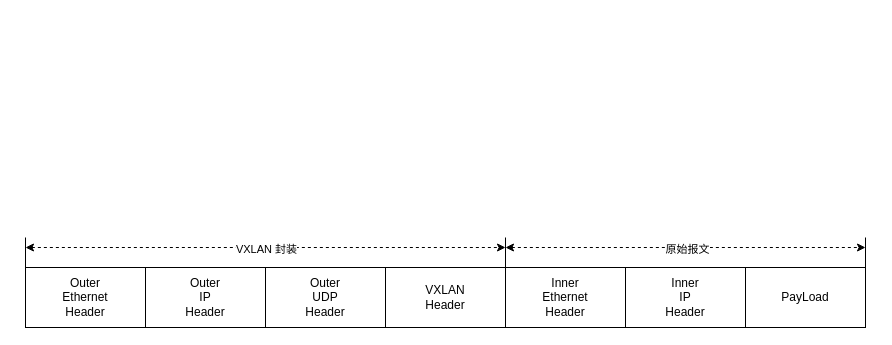
This is network basic.drawio from wehyy/my-world, a draw.io file, before an edit. Source tidied: cells renumbered, new cells numbered last; positions are measured from the earlier drawing's top-left corner, leaving out a move shared by most shapes. Both pictures are drawn from the tidied source at 100%, with x=0, y=0 at pixel (25, 237).
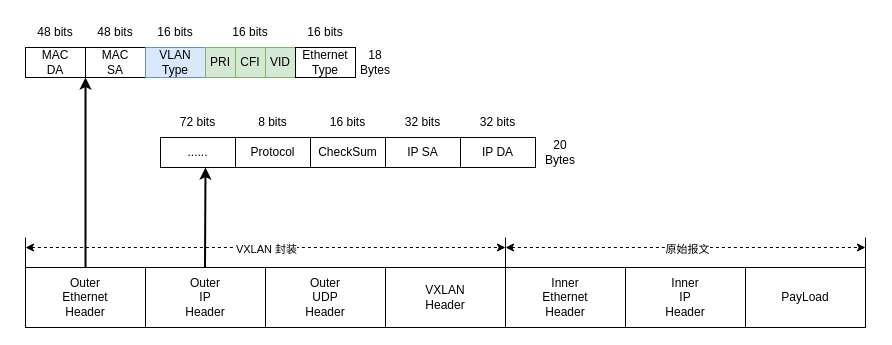
The same diagram, later.

Change to the diagram source:
```diff
@@
+    <mxCell id="16" value="MAC&lt;br&gt;SA" style="whiteSpace=wrap;html=1;" parent="1" vertex="1">
+      <mxGeometry x="60" y="-190" width="60" height="30" as="geometry" />
+    </mxCell>
+    <mxCell id="17" value="MAC&lt;br&gt;DA" style="whiteSpace=wrap;html=1;" parent="1" vertex="1">
+      <mxGeometry y="-190" width="60" height="30" as="geometry" />
+    </mxCell>
+    <mxCell id="18" value="VLAN&lt;br&gt;Type" style="whiteSpace=wrap;html=1;fillColor=#dae8fc;strokeColor=#6c8ebf;" parent="1" vertex="1">
+      <mxGeometry x="120" y="-190" width="60" height="30" as="geometry" />
+    </mxCell>
+    <mxCell id="19" value="PRI" style="whiteSpace=wrap;html=1;fillColor=#d5e8d4;strokeColor=#82b366;" parent="1" vertex="1">
+      <mxGeometry x="180" y="-190" width="30" height="30" as="geometry" />
+    </mxCell>
+    <mxCell id="20" value="CFI" style="whiteSpace=wrap;html=1;fillColor=#d5e8d4;strokeColor=#82b366;" parent="1" vertex="1">
+      <mxGeometry x="210" y="-190" width="30" height="30" as="geometry" />
+    </mxCell>
+    <mxCell id="21" value="VID" style="whiteSpace=wrap;html=1;fillColor=#d5e8d4;strokeColor=#82b366;" parent="1" vertex="1">
+      <mxGeometry x="240" y="-190" width="30" height="30" as="geometry" />
+    </mxCell>
+    <mxCell id="22" value="Ethernet&lt;br&gt;Type" style="whiteSpace=wrap;html=1;" parent="1" vertex="1">
+      <mxGeometry x="270" y="-190" width="60" height="30" as="geometry" />
+    </mxCell>
+    <mxCell id="23" value="48 bits" style="text;strokeColor=none;align=center;fillColor=none;html=1;verticalAlign=middle;whiteSpace=wrap;rounded=0;" parent="1" vertex="1">
+      <mxGeometry y="-220" width="60" height="30" as="geometry" />
+    </mxCell>
+    <mxCell id="24" value="48 bits" style="text;strokeColor=none;align=center;fillColor=none;html=1;verticalAlign=middle;whiteSpace=wrap;rounded=0;" parent="1" vertex="1">
+      <mxGeometry x="60" y="-220" width="60" height="30" as="geometry" />
+    </mxCell>
+    <mxCell id="25" value="16 bits" style="text;strokeColor=none;align=center;fillColor=none;html=1;verticalAlign=middle;whiteSpace=wrap;rounded=0;" parent="1" vertex="1">
+      <mxGeometry x="120" y="-220" width="60" height="30" as="geometry" />
+    </mxCell>
+    <mxCell id="26" value="16 bits" style="text;strokeColor=none;align=center;fillColor=none;html=1;verticalAlign=middle;whiteSpace=wrap;rounded=0;" parent="1" vertex="1">
+      <mxGeometry x="180" y="-220" width="90" height="30" as="geometry" />
+    </mxCell>
+    <mxCell id="27" value="16 bits" style="text;strokeColor=none;align=center;fillColor=none;html=1;verticalAlign=middle;whiteSpace=wrap;rounded=0;" parent="1" vertex="1">
+      <mxGeometry x="270" y="-220" width="60" height="30" as="geometry" />
+    </mxCell>
+    <mxCell id="28" value="18 &lt;br&gt;Bytes" style="text;strokeColor=none;align=center;fillColor=none;html=1;verticalAlign=middle;whiteSpace=wrap;rounded=0;" parent="1" vertex="1">
+      <mxGeometry x="320" y="-190" width="60" height="30" as="geometry" />
+    </mxCell>
+    <mxCell id="29" value="Protocol" style="whiteSpace=wrap;html=1;" parent="1" vertex="1">
+      <mxGeometry x="210" y="-100" width="75" height="30" as="geometry" />
+    </mxCell>
+    <mxCell id="30" value="......" style="whiteSpace=wrap;html=1;" parent="1" vertex="1">
+      <mxGeometry x="135" y="-100" width="75" height="30" as="geometry" />
+    </mxCell>
+    <mxCell id="31" value="IP SA" style="whiteSpace=wrap;html=1;" parent="1" vertex="1">
+      <mxGeometry x="360" y="-100" width="75" height="30" as="geometry" />
+    </mxCell>
+    <mxCell id="32" value="IP DA" style="whiteSpace=wrap;html=1;" parent="1" vertex="1">
+      <mxGeometry x="435" y="-100" width="75" height="30" as="geometry" />
+    </mxCell>
+    <mxCell id="33" value="72 bits" style="text;strokeColor=none;align=center;fillColor=none;html=1;verticalAlign=middle;whiteSpace=wrap;rounded=0;" parent="1" vertex="1">
+      <mxGeometry x="135" y="-130" width="75" height="30" as="geometry" />
+    </mxCell>
+    <mxCell id="34" value="8 bits" style="text;strokeColor=none;align=center;fillColor=none;html=1;verticalAlign=middle;whiteSpace=wrap;rounded=0;" parent="1" vertex="1">
+      <mxGeometry x="210" y="-130" width="75" height="30" as="geometry" />
+    </mxCell>
+    <mxCell id="35" value="32 bits" style="text;strokeColor=none;align=center;fillColor=none;html=1;verticalAlign=middle;whiteSpace=wrap;rounded=0;" parent="1" vertex="1">
+      <mxGeometry x="360" y="-130" width="75" height="30" as="geometry" />
+    </mxCell>
+    <mxCell id="36" value="32 bits" style="text;strokeColor=none;align=center;fillColor=none;html=1;verticalAlign=middle;whiteSpace=wrap;rounded=0;" parent="1" vertex="1">
+      <mxGeometry x="435" y="-130" width="75" height="30" as="geometry" />
+    </mxCell>
+    <mxCell id="37" value="20&lt;br&gt;Bytes" style="text;strokeColor=none;align=center;fillColor=none;html=1;verticalAlign=middle;whiteSpace=wrap;rounded=0;" parent="1" vertex="1">
+      <mxGeometry x="505" y="-100" width="60" height="30" as="geometry" />
+    </mxCell>
+    <mxCell id="38" value="CheckSum" style="whiteSpace=wrap;html=1;" parent="1" vertex="1">
+      <mxGeometry x="285" y="-100" width="75" height="30" as="geometry" />
+    </mxCell>
+    <mxCell id="39" value="16 bits" style="text;strokeColor=none;align=center;fillColor=none;html=1;verticalAlign=middle;whiteSpace=wrap;rounded=0;" parent="1" vertex="1">
+      <mxGeometry x="285" y="-130" width="75" height="30" as="geometry" />
+    </mxCell>
+    <mxCell id="40" style="endArrow=classic;html=1;rounded=0;entryX=0;entryY=1;entryDx=0;entryDy=0;strokeWidth=2;" parent="1" edge="1" target="16">
+      <mxGeometry relative="1" as="geometry">
+        <mxPoint x="60" y="30" as="sourcePoint" />
+      </mxGeometry>
+    </mxCell>
+    <mxCell id="41" style="endArrow=classic;html=1;rounded=0;strokeWidth=2;" parent="1" edge="1">
+      <mxGeometry relative="1" as="geometry">
+        <mxPoint x="179.5" y="30" as="sourcePoint" />
+        <mxPoint x="180" y="-70" as="targetPoint" />
+      </mxGeometry>
+    </mxCell>
```
